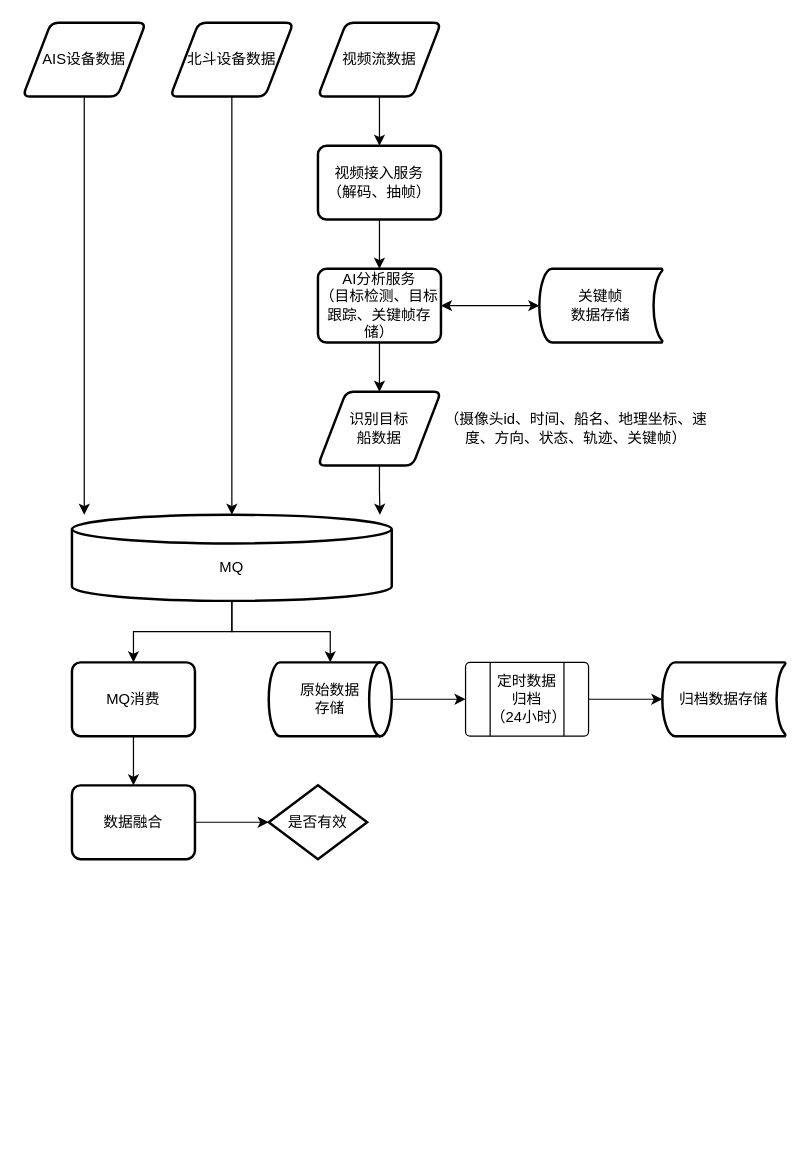
Qunz/drawio keeps this draw.io diagram as ctg/港作船.drawio. Above is the earlier version. Source tidied: cells renumbered, new cells numbered last; positions are measured from the earlier drawing's top-left corner, leaving out a move shared by most shapes. Both pictures are drawn from the tidied source at 123%, with x=0, y=0 at pixel (22, 22).
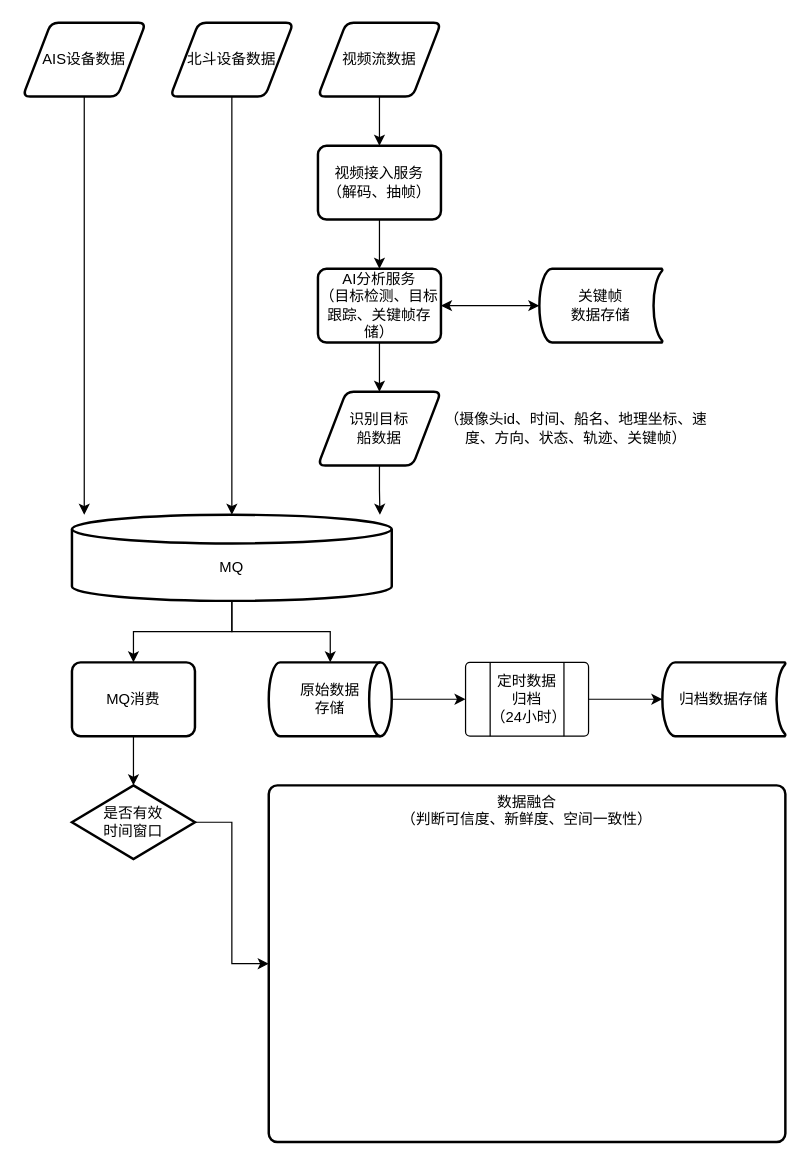
After the change.

Commit message:
更新港作船.drawio

The change refers to these unchanged cells:
```xml
<mxCell id="23" value="MQ消费" style="rounded=1;whiteSpace=wrap;html=1;absoluteArcSize=1;arcSize=14;strokeWidth=2;" parent="1" vertex="1">
  <mxGeometry x="40" y="520" width="100" height="60" as="geometry" />
</mxCell>
```

Change to the diagram source:
```diff
@@
-    <mxCell id="22" style="edgeStyle=orthogonalEdgeStyle;rounded=0;jettySize=auto;html=1;" parent="1" edge="1" source="23" target="25">
+    <mxCell id="22" style="edgeStyle=orthogonalEdgeStyle;rounded=0;jettySize=auto;html=1;entryX=0.5;entryY=0;entryDx=0;entryDy=0;entryPerimeter=0;" parent="1" edge="1" source="23" target="31">
       <mxGeometry relative="1" as="geometry" />
     </mxCell>
@@
-    <mxCell id="24" style="edgeStyle=orthogonalEdgeStyle;rounded=0;jettySize=auto;html=1;" parent="1" edge="1" source="25" target="31">
-      <mxGeometry relative="1" as="geometry" />
-    </mxCell>
-    <mxCell id="25" value="数据融合" style="rounded=1;whiteSpace=wrap;html=1;absoluteArcSize=1;arcSize=14;strokeWidth=2;" parent="1" vertex="1">
-      <mxGeometry x="40" y="620" width="100" height="60" as="geometry" />
-    </mxCell>
@@
+    <mxCell id="32" style="edgeStyle=orthogonalEdgeStyle;rounded=0;jettySize=auto;html=1;" parent="1" edge="1" source="31" target="33">
+      <mxGeometry relative="1" as="geometry" />
+    </mxCell>
-    <mxCell id="31" value="是否有效" style="strokeWidth=2;html=1;shape=mxgraph.flowchart.decision;whiteSpace=wrap;" parent="1" vertex="1">
-      <mxGeometry x="200" y="620" width="80" height="60" as="geometry" />
+    <mxCell id="31" value="是否有效&lt;br&gt;时间窗口" style="strokeWidth=2;html=1;shape=mxgraph.flowchart.decision;whiteSpace=wrap;" parent="1" vertex="1">
+      <mxGeometry x="40" y="620" width="100" height="60" as="geometry" />
     </mxCell>
+    <mxCell id="33" value="数据融合&lt;div&gt;（判断可信度、新鲜度、空间一致性）&lt;/div&gt;" style="rounded=1;whiteSpace=wrap;html=1;absoluteArcSize=1;arcSize=14;strokeWidth=2;verticalAlign=top;" parent="1" vertex="1">
+      <mxGeometry x="200" y="620" width="420" height="290" as="geometry" />
+    </mxCell>
```
